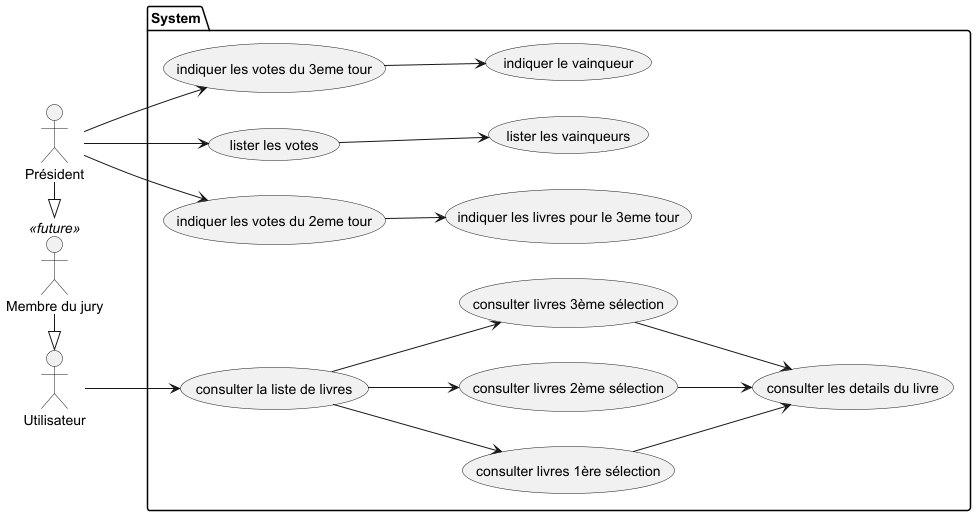
The PlantUML diagram docs/use_case.png in rdpt03/FMS-PY-GONCOURT-EVAL-R, before a commit.
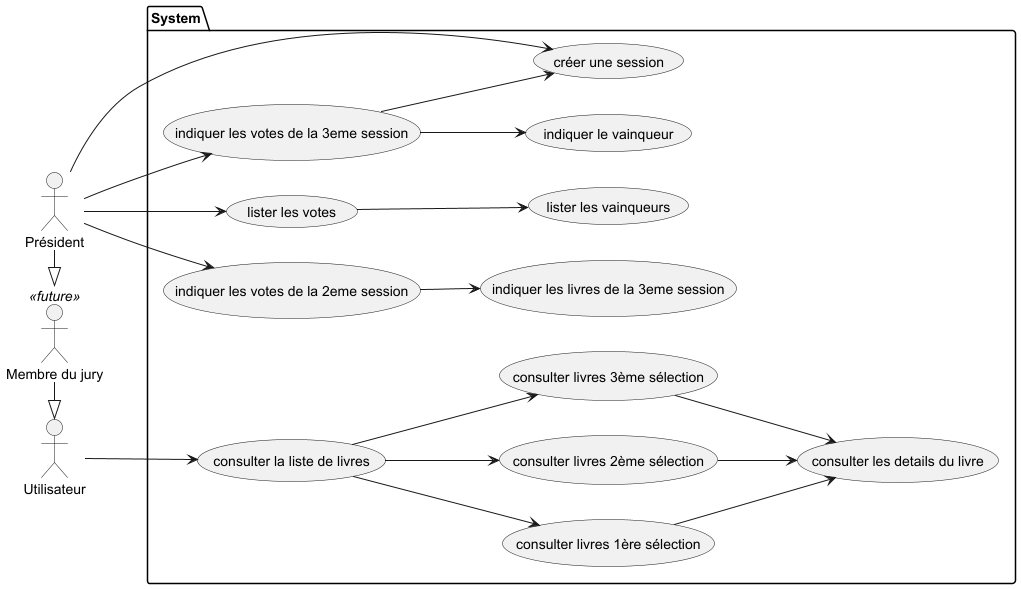
After the commit.

Commit message:
add case to president be able to create a new session

Change to the diagram source:
```diff
@@ -24,11 +24,14 @@
     President --> (lister les votes)
     (lister les votes) --> (lister les vainqueurs)
 
-    President --> (indiquer les votes du 2eme tour)
-    President --> (indiquer les votes du 3eme tour)
+    President --> (indiquer les votes de la 2eme session)
+    President --> (indiquer les votes de la 3eme session)
 
-    (indiquer les votes du 2eme tour) --> (indiquer les livres pour le 3eme tour)
-    (indiquer les votes du 3eme tour) --> (indiquer le vainqueur)
+    (indiquer les votes de la 2eme session) --> (indiquer les livres de la 3eme session)
+    (indiquer les votes de la 3eme session) --> (indiquer le vainqueur)
+
+    (indiquer les votes de la 3eme session) -->(créer une session)
+    President -->(créer une session)
 
     MembreJury -|> Utilisateur
     President -|> MembreJury
```
